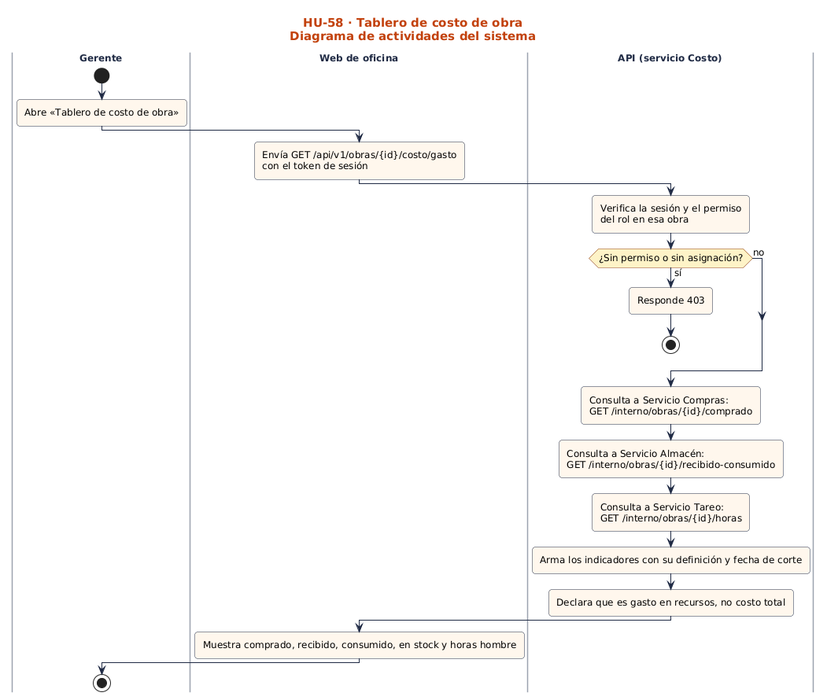
Earlier version of the PlantUML export docs/sprint-2/diagramas-hu/hu-58-tablero-de-costo-de-obra/actividades.png (nandoestebanif/sevens-sigro). The source it was exported from:
```plantuml
@startuml
!include ../../estilo.iuml
title HU-58 · Tablero de costo de obra\nDiagrama de actividades del sistema
|Gerente|
start
:Abre «Tablero de costo de obra»;
|Web de oficina|
:Envía GET /api/v1/obras/{id}/costo/gasto\ncon el token de sesión;
|API (servicio Costo)|
:Verifica la sesión y el permiso\ndel rol en esa obra;
if (¿Sin permiso o sin asignación?) then (sí)
:Responde 403;
stop
else (no)
endif
:Consulta a Servicio Compras:\nGET /interno/obras/{id}/comprado;
:Consulta a Servicio Almacén:\nGET /interno/obras/{id}/recibido-consumido;
:Consulta a Servicio Tareo:\nGET /interno/obras/{id}/horas;
:Arma los indicadores con su definición y fecha de corte;
:Declara que es gasto en recursos, no costo total;
|Web de oficina|
:Muestra comprado, recibido, consumido, en stock y horas hombre;
|Gerente|
stop
@enduml
```
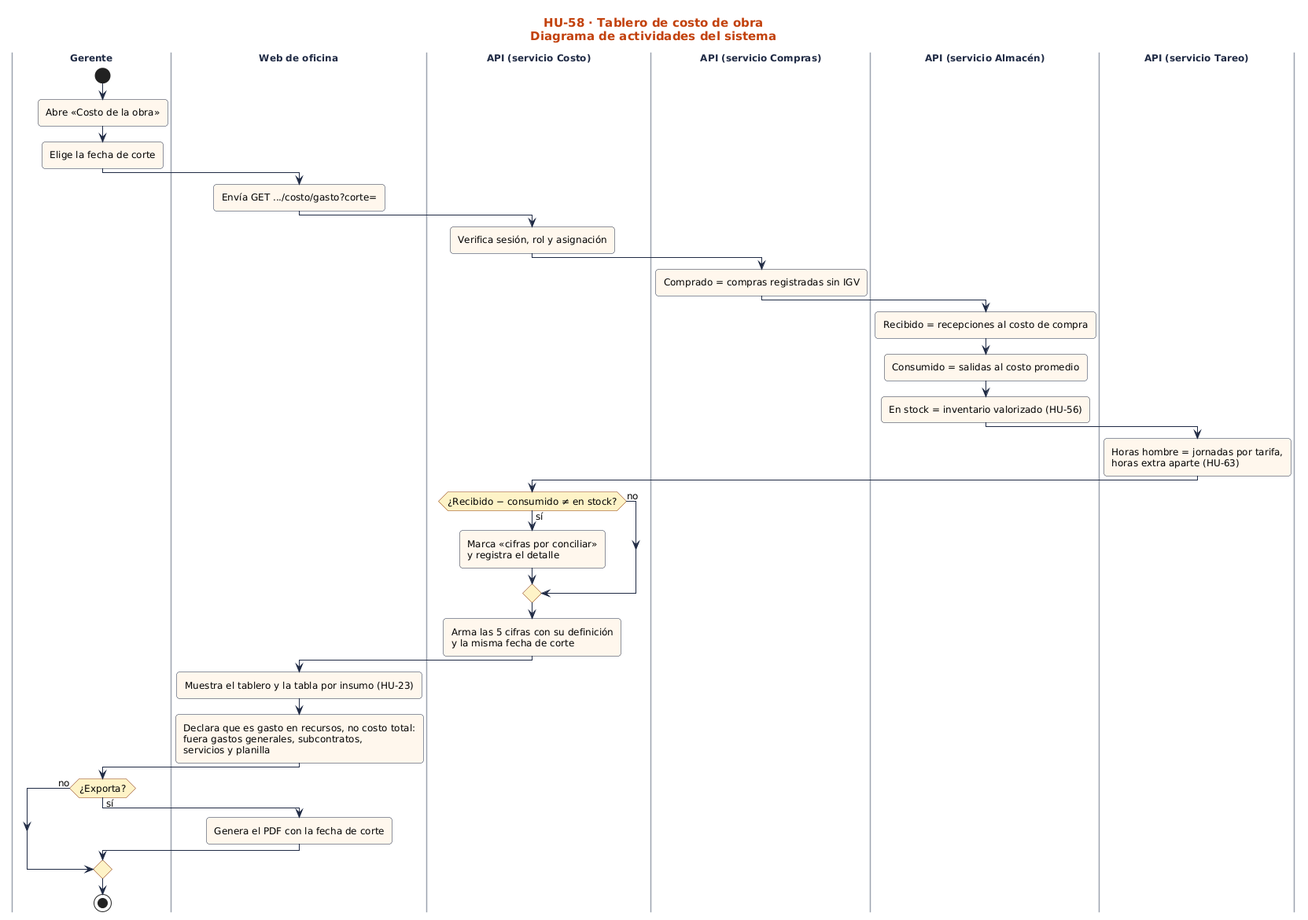
After the commit.

Change to the diagram source:
```diff
@@ -3,23 +3,35 @@
 title HU-58 · Tablero de costo de obra\nDiagrama de actividades del sistema
 |Gerente|
 start
-:Abre «Tablero de costo de obra»;
+:Abre «Costo de la obra»;
+:Elige la fecha de corte;
 |Web de oficina|
-:Envía GET /api/v1/obras/{id}/costo/gasto\ncon el token de sesión;
+:Envía GET .../costo/gasto?corte=;
 |API (servicio Costo)|
-:Verifica la sesión y el permiso\ndel rol en esa obra;
-if (¿Sin permiso o sin asignación?) then (sí)
-:Responde 403;
-stop
+:Verifica sesión, rol y asignación;
+|API (servicio Compras)|
+:Comprado = compras registradas sin IGV;
+|API (servicio Almacén)|
+:Recibido = recepciones al costo de compra;
+:Consumido = salidas al costo promedio;
+:En stock = inventario valorizado (HU-56);
+|API (servicio Tareo)|
+:Horas hombre = jornadas por tarifa,\nhoras extra aparte (HU-63);
+|API (servicio Costo)|
+if (¿Recibido − consumido ≠ en stock?) then (sí)
+  :Marca «cifras por conciliar»\ny registra el detalle;
 else (no)
 endif
-:Consulta a Servicio Compras:\nGET /interno/obras/{id}/comprado;
-:Consulta a Servicio Almacén:\nGET /interno/obras/{id}/recibido-consumido;
-:Consulta a Servicio Tareo:\nGET /interno/obras/{id}/horas;
-:Arma los indicadores con su definición y fecha de corte;
-:Declara que es gasto en recursos, no costo total;
+:Arma las 5 cifras con su definición\ny la misma fecha de corte;
 |Web de oficina|
-:Muestra comprado, recibido, consumido, en stock y horas hombre;
+:Muestra el tablero y la tabla por insumo (HU-23);
+:Declara que es gasto en recursos, no costo total:\nfuera gastos generales, subcontratos,\nservicios y planilla;
+|Gerente|
+if (¿Exporta?) then (sí)
+  |Web de oficina|
+  :Genera el PDF con la fecha de corte;
+else (no)
+endif
 |Gerente|
 stop
 @enduml
```
